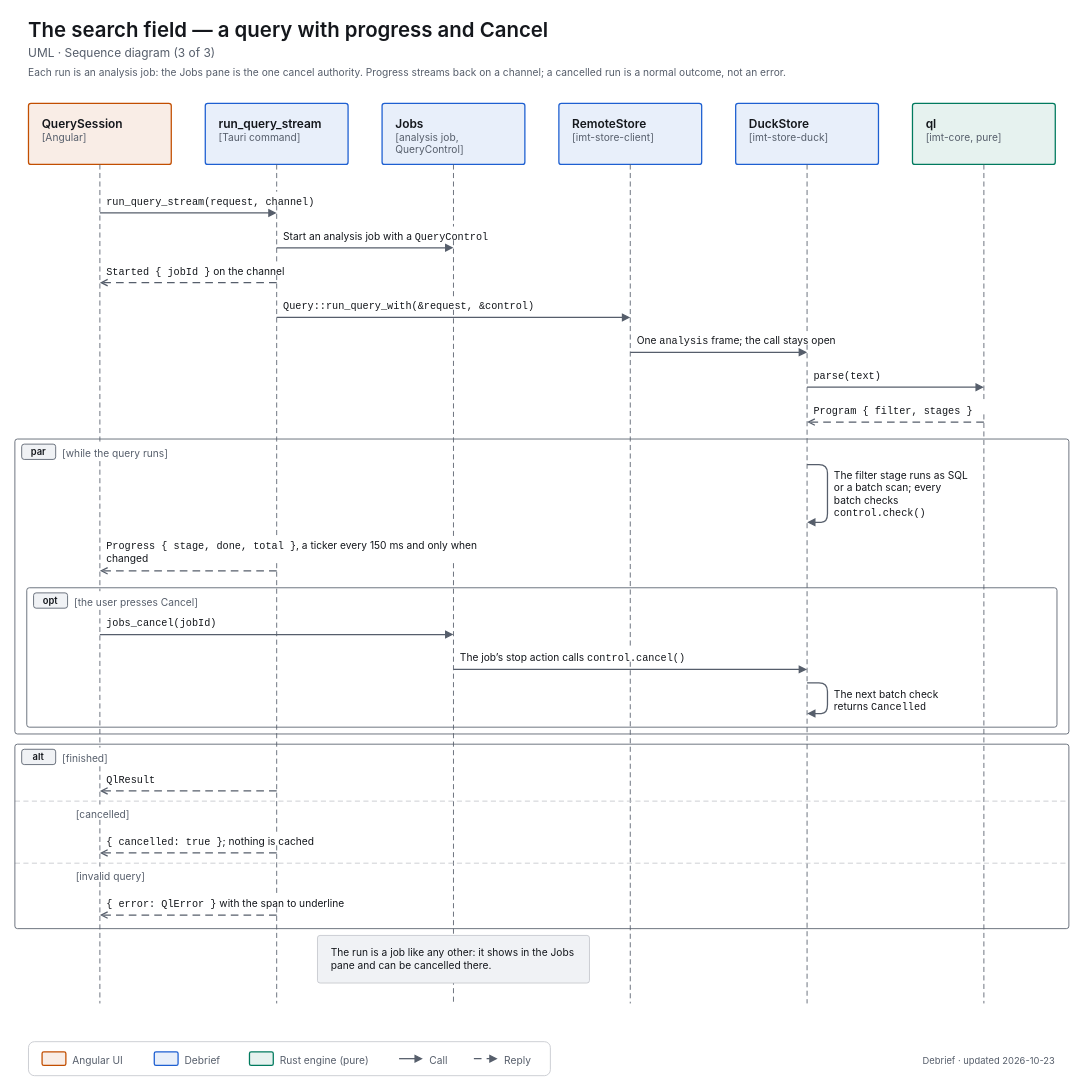
The draw.io diagram docs/diagrams/uml-seq-query-stream.drawio in decryp7/integrated_maintenance_tool, before the edit. Source tidied: cells renumbered, new cells numbered last; positions are measured from the earlier drawing's top-left corner, leaving out a move shared by most shapes. Both pictures are drawn from the tidied source at 85%, with x=0, y=0 at pixel (14, 14).
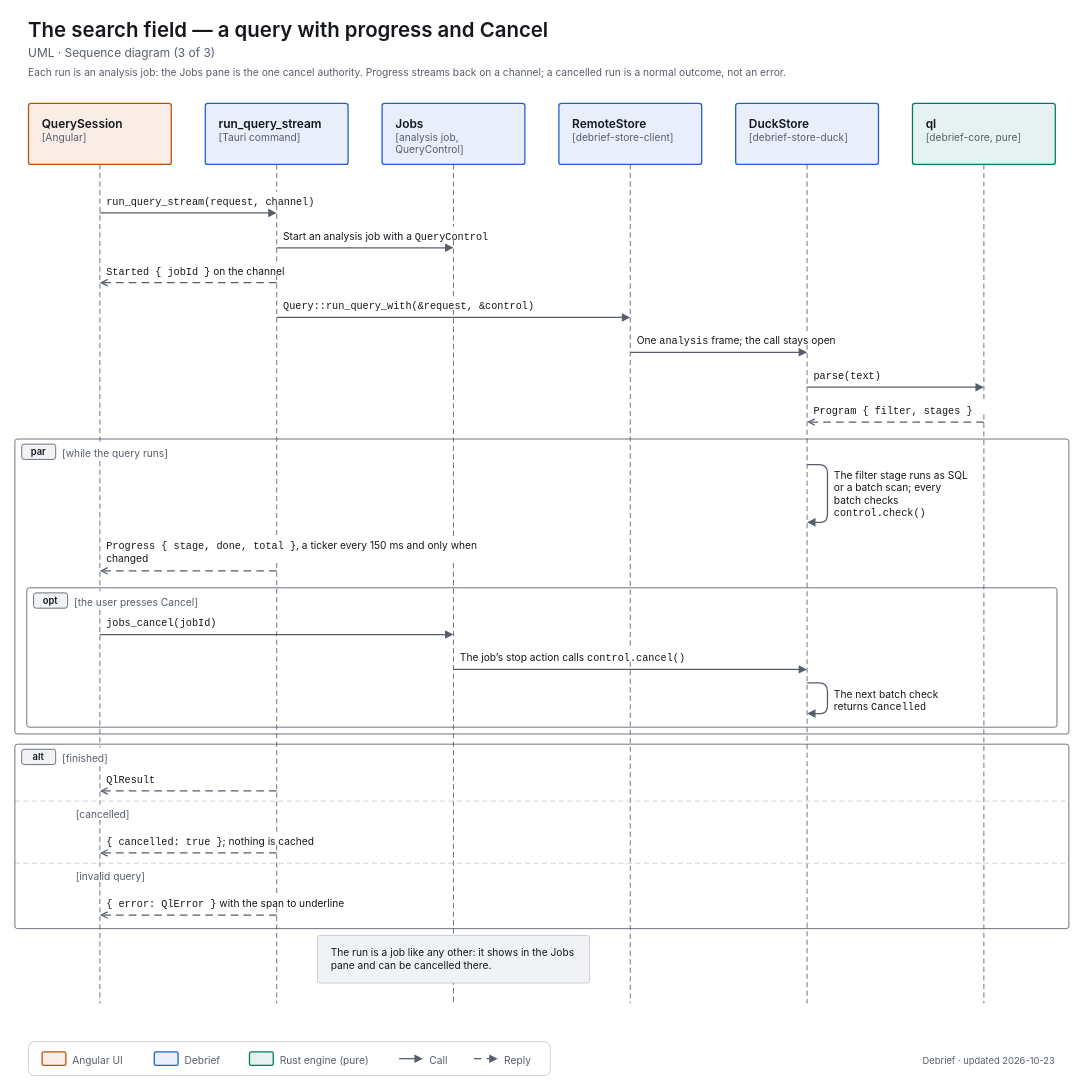
The same diagram, later.

Change to the diagram source:
```diff
@@
-    <mxCell id="8" value="&lt;span style=&quot;font-size:14px;font-weight:600&quot;&gt;RemoteStore&lt;/span&gt;&lt;br&gt;&lt;span style=&quot;font-size:12px;color:light-dark(#565E6B,#A0A7B2)&quot;&gt;[imt-store-client]&lt;/span&gt;" style="html=1;whiteSpace=wrap;fontFamily=-apple-system,BlinkMacSystemFont,Segoe UI,system-ui,sans-serif;fontSize=12;fontColor=light-dark(#14171C,#ECEEF1);rounded=1;absoluteArcSize=1;arcSize=6;strokeWidth=1.5;strokeColor=light-dark(#1D5FD1,#5B9BFF);fillColor=light-dark(#E8EFFA,#202C3F);align=left;verticalAlign=top;spacingLeft=14;spacingRight=14;spacingTop=10;spacingBottom=8;" parent="1" vertex="1">
+    <mxCell id="8" value="&lt;span style=&quot;font-size:14px;font-weight:600&quot;&gt;RemoteStore&lt;/span&gt;&lt;br&gt;&lt;span style=&quot;font-size:12px;color:light-dark(#565E6B,#A0A7B2)&quot;&gt;[debrief-store-client]&lt;/span&gt;" style="html=1;whiteSpace=wrap;fontFamily=-apple-system,BlinkMacSystemFont,Segoe UI,system-ui,sans-serif;fontSize=12;fontColor=light-dark(#14171C,#ECEEF1);rounded=1;absoluteArcSize=1;arcSize=6;strokeWidth=1.5;strokeColor=light-dark(#1D5FD1,#5B9BFF);fillColor=light-dark(#E8EFFA,#202C3F);align=left;verticalAlign=top;spacingLeft=14;spacingRight=14;spacingTop=10;spacingBottom=8;" parent="1" vertex="1">
       <mxGeometry x="640" y="104" width="168" height="72" as="geometry" />
     </mxCell>
-    <mxCell id="9" value="&lt;span style=&quot;font-size:14px;font-weight:600&quot;&gt;DuckStore&lt;/span&gt;&lt;br&gt;&lt;span style=&quot;font-size:12px;color:light-dark(#565E6B,#A0A7B2)&quot;&gt;[imt-store-duck]&lt;/span&gt;" style="html=1;whiteSpace=wrap;fontFamily=-apple-system,BlinkMacSystemFont,Segoe UI,system-ui,sans-serif;fontSize=12;fontColor=light-dark(#14171C,#ECEEF1);rounded=1;absoluteArcSize=1;arcSize=6;strokeWidth=1.5;strokeColor=light-dark(#1D5FD1,#5B9BFF);fillColor=light-dark(#E8EFFA,#202C3F);align=left;verticalAlign=top;spacingLeft=14;spacingRight=14;spacingTop=10;spacingBottom=8;" parent="1" vertex="1">
+    <mxCell id="9" value="&lt;span style=&quot;font-size:14px;font-weight:600&quot;&gt;DuckStore&lt;/span&gt;&lt;br&gt;&lt;span style=&quot;font-size:12px;color:light-dark(#565E6B,#A0A7B2)&quot;&gt;[debrief-store-duck]&lt;/span&gt;" style="html=1;whiteSpace=wrap;fontFamily=-apple-system,BlinkMacSystemFont,Segoe UI,system-ui,sans-serif;fontSize=12;fontColor=light-dark(#14171C,#ECEEF1);rounded=1;absoluteArcSize=1;arcSize=6;strokeWidth=1.5;strokeColor=light-dark(#1D5FD1,#5B9BFF);fillColor=light-dark(#E8EFFA,#202C3F);align=left;verticalAlign=top;spacingLeft=14;spacingRight=14;spacingTop=10;spacingBottom=8;" parent="1" vertex="1">
       <mxGeometry x="848" y="104" width="168" height="72" as="geometry" />
     </mxCell>
-    <mxCell id="10" value="&lt;span style=&quot;font-size:14px;font-weight:600&quot;&gt;ql&lt;/span&gt;&lt;br&gt;&lt;span style=&quot;font-size:12px;color:light-dark(#565E6B,#A0A7B2)&quot;&gt;[imt-core, pure]&lt;/span&gt;" style="html=1;whiteSpace=wrap;fontFamily=-apple-system,BlinkMacSystemFont,Segoe UI,system-ui,sans-serif;fontSize=12;fontColor=light-dark(#14171C,#ECEEF1);rounded=1;absoluteArcSize=1;arcSize=6;strokeWidth=1.5;strokeColor=light-dark(#007A5E,#2EC4A0);fillColor=light-dark(#E6F2EF,#193330);align=left;verticalAlign=top;spacingLeft=14;spacingRight=14;spacingTop=10;spacingBottom=8;" parent="1" vertex="1">
+    <mxCell id="10" value="&lt;span style=&quot;font-size:14px;font-weight:600&quot;&gt;ql&lt;/span&gt;&lt;br&gt;&lt;span style=&quot;font-size:12px;color:light-dark(#565E6B,#A0A7B2)&quot;&gt;[debrief-core, pure]&lt;/span&gt;" style="html=1;whiteSpace=wrap;fontFamily=-apple-system,BlinkMacSystemFont,Segoe UI,system-ui,sans-serif;fontSize=12;fontColor=light-dark(#14171C,#ECEEF1);rounded=1;absoluteArcSize=1;arcSize=6;strokeWidth=1.5;strokeColor=light-dark(#007A5E,#2EC4A0);fillColor=light-dark(#E6F2EF,#193330);align=left;verticalAlign=top;spacingLeft=14;spacingRight=14;spacingTop=10;spacingBottom=8;" parent="1" vertex="1">
       <mxGeometry x="1056" y="104" width="168" height="72" as="geometry" />
     </mxCell>
```
